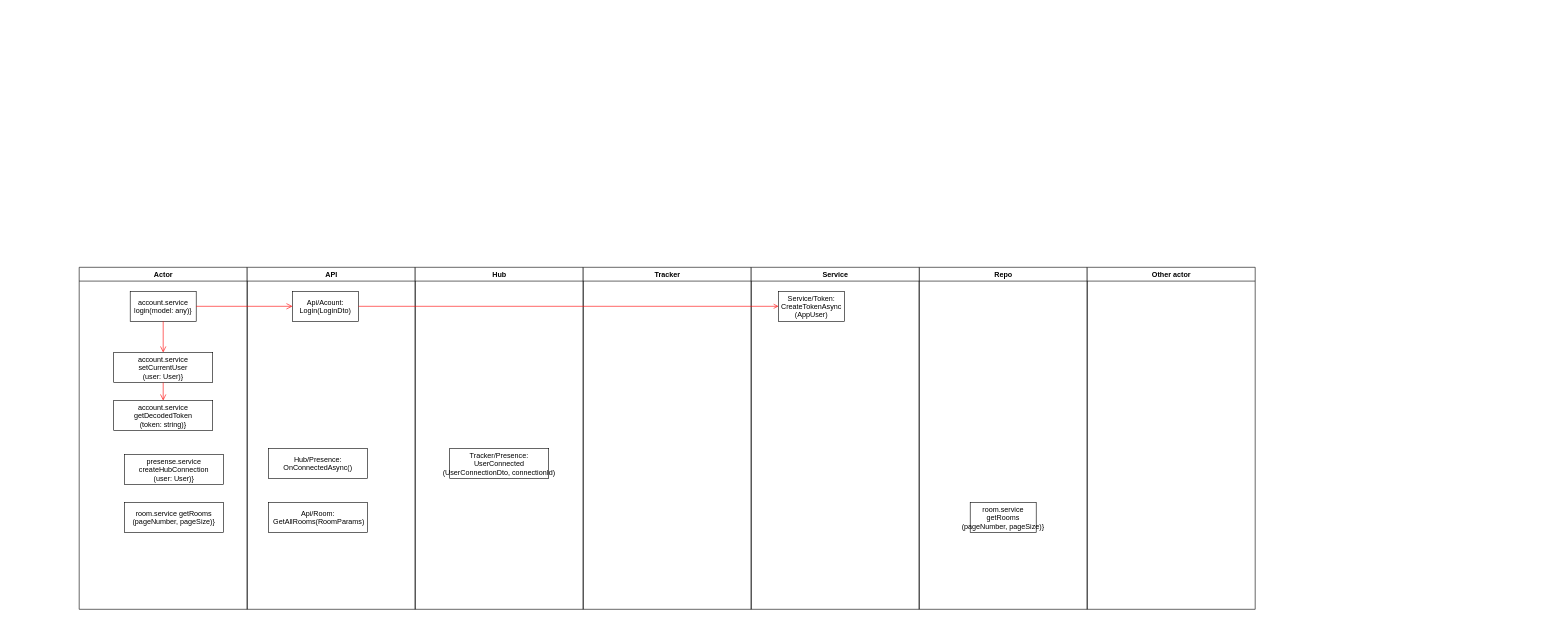
The draw.io diagram page "login" (2 of 14) of workflow.drawio in antitank19/MeetingAppFull-Youtube, before the edit. Source tidied: cells renumbered, new cells numbered last; positions are measured from the earlier drawing's top-left corner, leaving out a move shared by most shapes. Both pictures are drawn from the tidied source at 60%, with x=0, y=0 at pixel (79, 267).
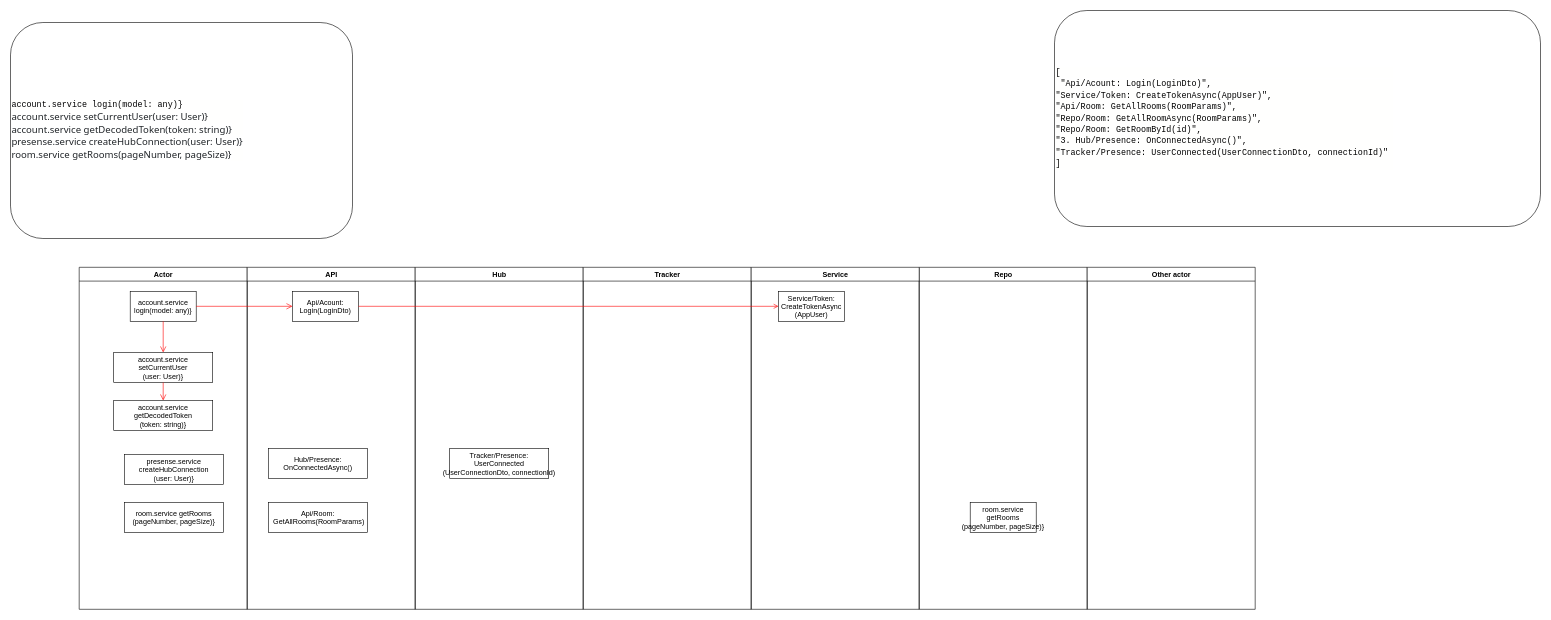
The same diagram, later.

What changed in the source:
```diff
@@
+    <mxCell id="24" value="&lt;div style=&quot;background-color: rgb(255, 255, 254); font-family: Consolas, &amp;quot;Courier New&amp;quot;, monospace; font-size: 14px; line-height: 19px;&quot;&gt;[&amp;nbsp;&lt;/div&gt;&lt;div style=&quot;background-color: rgb(255, 255, 254); font-family: Consolas, &amp;quot;Courier New&amp;quot;, monospace; font-size: 14px; line-height: 19px;&quot;&gt;&amp;nbsp;&quot;Api/Acount: Login(LoginDto)&quot;,&lt;br/&gt;  &quot;Service/Token: CreateTokenAsync(AppUser)&quot;,&lt;br/&gt;  &quot;Api/Room: GetAllRooms(RoomParams)&quot;,&lt;br/&gt;  &quot;Repo/Room: GetAllRoomAsync(RoomParams)&quot;,&lt;br/&gt;  &quot;Repo/Room: GetRoomById(id)&quot;,&lt;br/&gt;  &quot;3.      Hub/Presence: OnConnectedAsync()&quot;,&lt;br/&gt;  &quot;Tracker/Presence: UserConnected(UserConnectionDto, connectionId)&quot;&amp;nbsp;&lt;/div&gt;&lt;div style=&quot;background-color: rgb(255, 255, 254); font-family: Consolas, &amp;quot;Courier New&amp;quot;, monospace; font-size: 14px; line-height: 19px;&quot;&gt;]&lt;br&gt;&lt;/div&gt;" style="rounded=1;whiteSpace=wrap;html=1;align=left;" parent="1" vertex="1">
+      <mxGeometry x="1626" y="-428" width="810" height="360" as="geometry" />
+    </mxCell>
+    <mxCell id="25" value="&lt;div style=&quot;background-color: rgb(255, 255, 254); font-family: Consolas, &amp;quot;Courier New&amp;quot;, monospace; font-size: 14px; line-height: 19px;&quot;&gt;account.service login(model: any)}&lt;br style=&quot;box-sizing: border-box; color: rgb(33, 37, 41); font-family: system-ui, -apple-system, &amp;quot;Segoe UI&amp;quot;, Roboto, &amp;quot;Helvetica Neue&amp;quot;, &amp;quot;Noto Sans&amp;quot;, &amp;quot;Liberation Sans&amp;quot;, Arial, sans-serif, &amp;quot;Apple Color Emoji&amp;quot;, &amp;quot;Segoe UI Emoji&amp;quot;, &amp;quot;Segoe UI Symbol&amp;quot;, &amp;quot;Noto Color Emoji&amp;quot;; font-size: 16px; background-color: rgb(255, 255, 255);&quot;&gt;&lt;span style=&quot;color: rgb(33, 37, 41); font-family: system-ui, -apple-system, &amp;quot;Segoe UI&amp;quot;, Roboto, &amp;quot;Helvetica Neue&amp;quot;, &amp;quot;Noto Sans&amp;quot;, &amp;quot;Liberation Sans&amp;quot;, Arial, sans-serif, &amp;quot;Apple Color Emoji&amp;quot;, &amp;quot;Segoe UI Emoji&amp;quot;, &amp;quot;Segoe UI Symbol&amp;quot;, &amp;quot;Noto Color Emoji&amp;quot;; font-size: 16px; background-color: rgb(255, 255, 255);&quot;&gt;account.service setCurrentUser(user: User)}&lt;/span&gt;&lt;br style=&quot;box-sizing: border-box; color: rgb(33, 37, 41); font-family: system-ui, -apple-system, &amp;quot;Segoe UI&amp;quot;, Roboto, &amp;quot;Helvetica Neue&amp;quot;, &amp;quot;Noto Sans&amp;quot;, &amp;quot;Liberation Sans&amp;quot;, Arial, sans-serif, &amp;quot;Apple Color Emoji&amp;quot;, &amp;quot;Segoe UI Emoji&amp;quot;, &amp;quot;Segoe UI Symbol&amp;quot;, &amp;quot;Noto Color Emoji&amp;quot;; font-size: 16px; background-color: rgb(255, 255, 255);&quot;&gt;&lt;span style=&quot;color: rgb(33, 37, 41); font-family: system-ui, -apple-system, &amp;quot;Segoe UI&amp;quot;, Roboto, &amp;quot;Helvetica Neue&amp;quot;, &amp;quot;Noto Sans&amp;quot;, &amp;quot;Liberation Sans&amp;quot;, Arial, sans-serif, &amp;quot;Apple Color Emoji&amp;quot;, &amp;quot;Segoe UI Emoji&amp;quot;, &amp;quot;Segoe UI Symbol&amp;quot;, &amp;quot;Noto Color Emoji&amp;quot;; font-size: 16px; background-color: rgb(255, 255, 255);&quot;&gt;account.service getDecodedToken(token: string)}&lt;/span&gt;&lt;br style=&quot;box-sizing: border-box; color: rgb(33, 37, 41); font-family: system-ui, -apple-system, &amp;quot;Segoe UI&amp;quot;, Roboto, &amp;quot;Helvetica Neue&amp;quot;, &amp;quot;Noto Sans&amp;quot;, &amp;quot;Liberation Sans&amp;quot;, Arial, sans-serif, &amp;quot;Apple Color Emoji&amp;quot;, &amp;quot;Segoe UI Emoji&amp;quot;, &amp;quot;Segoe UI Symbol&amp;quot;, &amp;quot;Noto Color Emoji&amp;quot;; font-size: 16px; background-color: rgb(255, 255, 255);&quot;&gt;&lt;span style=&quot;color: rgb(33, 37, 41); font-family: system-ui, -apple-system, &amp;quot;Segoe UI&amp;quot;, Roboto, &amp;quot;Helvetica Neue&amp;quot;, &amp;quot;Noto Sans&amp;quot;, &amp;quot;Liberation Sans&amp;quot;, Arial, sans-serif, &amp;quot;Apple Color Emoji&amp;quot;, &amp;quot;Segoe UI Emoji&amp;quot;, &amp;quot;Segoe UI Symbol&amp;quot;, &amp;quot;Noto Color Emoji&amp;quot;; font-size: 16px; background-color: rgb(255, 255, 255);&quot;&gt;presense.service createHubConnection(user: User)}&lt;/span&gt;&lt;br style=&quot;box-sizing: border-box; color: rgb(33, 37, 41); font-family: system-ui, -apple-system, &amp;quot;Segoe UI&amp;quot;, Roboto, &amp;quot;Helvetica Neue&amp;quot;, &amp;quot;Noto Sans&amp;quot;, &amp;quot;Liberation Sans&amp;quot;, Arial, sans-serif, &amp;quot;Apple Color Emoji&amp;quot;, &amp;quot;Segoe UI Emoji&amp;quot;, &amp;quot;Segoe UI Symbol&amp;quot;, &amp;quot;Noto Color Emoji&amp;quot;; font-size: 16px; background-color: rgb(255, 255, 255);&quot;&gt;&lt;span style=&quot;color: rgb(33, 37, 41); font-family: system-ui, -apple-system, &amp;quot;Segoe UI&amp;quot;, Roboto, &amp;quot;Helvetica Neue&amp;quot;, &amp;quot;Noto Sans&amp;quot;, &amp;quot;Liberation Sans&amp;quot;, Arial, sans-serif, &amp;quot;Apple Color Emoji&amp;quot;, &amp;quot;Segoe UI Emoji&amp;quot;, &amp;quot;Segoe UI Symbol&amp;quot;, &amp;quot;Noto Color Emoji&amp;quot;; font-size: 16px; background-color: rgb(255, 255, 255);&quot;&gt;room.service getRooms(pageNumber, pageSize)}&lt;/span&gt;&lt;br&gt;&lt;/div&gt;" style="rounded=1;whiteSpace=wrap;html=1;align=left;" parent="1" vertex="1">
+      <mxGeometry x="-114" y="-408" width="570" height="360" as="geometry" />
+    </mxCell>
```
